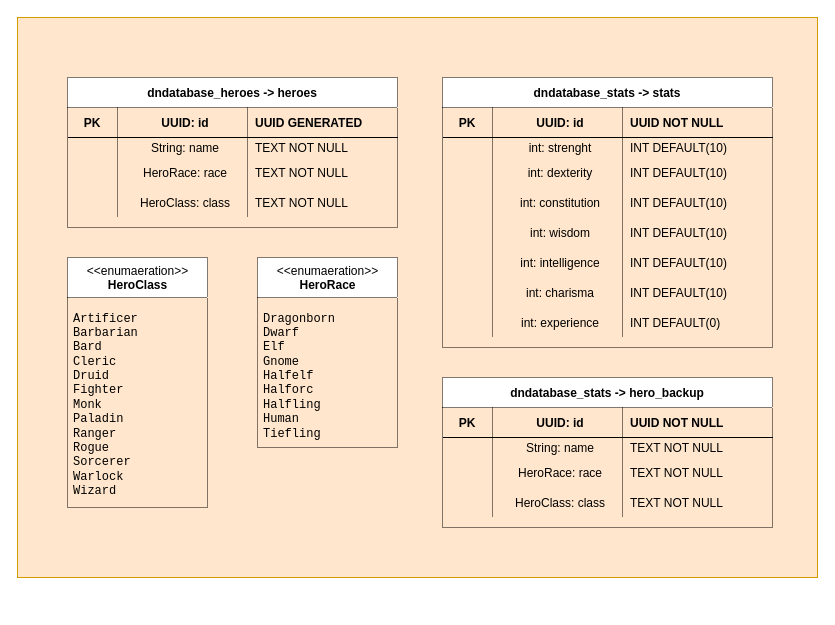
This is Documents/DB_Diagram.drawio from f-unre4l/DungeonsAndDatabases_Core, a draw.io file, before an edit. Source tidied: cells renumbered, new cells numbered last; positions are measured from the earlier drawing's top-left corner, leaving out a move shared by most shapes. Both pictures are drawn from the tidied source at 100%, with x=0, y=0 at pixel (17, 17).
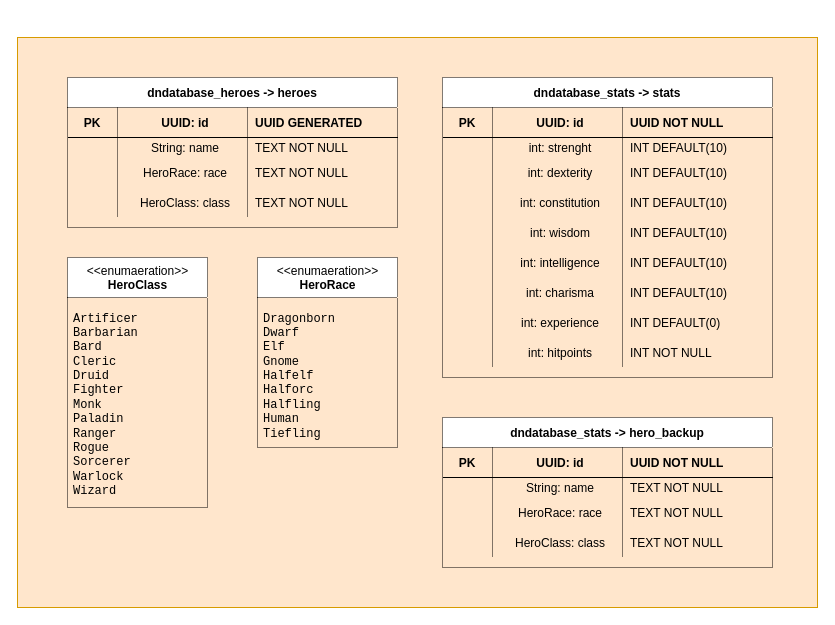
Above is the later version.

Commit message (it also covers changes not shown here):
added hitpoints to diagram

Diff of the diagram source:
```diff
@@
     <mxCell id="2" style="rounded=0;whiteSpace=wrap;html=1;fillColor=#ffe6cc;strokeColor=#d79b00;" parent="1" vertex="1">
-      <mxGeometry width="800" height="560" as="geometry" />
+      <mxGeometry y="20" width="800" height="570" as="geometry" />
     </mxCell>
@@
     <mxCell id="24" value="dndatabase_stats -&gt; stats" style="shape=table;startSize=30;childLayout=tableLayout;rowLines=0;fontStyle=1;align=center;dashed=1;dashPattern=1 1;fontColor=default;strokeColor=default;" parent="1" vertex="1">
-      <mxGeometry x="425" y="60" width="330" height="270" as="geometry" />
+      <mxGeometry x="425" y="60" width="330" height="300" as="geometry" />
     </mxCell>
@@
+    <mxCell id="74" style="shape=tableRow;horizontal=0;startSize=0;swimlaneHead=0;swimlaneBody=0;fillColor=none;top=0;left=0;right=0;bottom=0;dashed=1;dashPattern=1 1;fontColor=default;strokeColor=default;" parent="24" vertex="1">
+      <mxGeometry y="260" width="330" height="30" as="geometry" />
+    </mxCell>
+    <mxCell id="75" style="shape=partialRectangle;fillColor=none;top=0;left=0;bottom=0;right=0;overflow=hidden;dashed=1;dashPattern=1 1;fontColor=default;strokeColor=default;" parent="74" vertex="1">
+      <mxGeometry width="50" height="30" as="geometry" />
+    </mxCell>
+    <mxCell id="76" value="int: hitpoints" style="shape=partialRectangle;fillColor=none;top=0;left=0;bottom=0;right=0;align=center;spacingLeft=6;overflow=hidden;dashed=1;dashPattern=1 1;fontColor=default;strokeColor=default;" parent="74" vertex="1">
+      <mxGeometry x="50" width="130" height="30" as="geometry" />
+    </mxCell>
+    <mxCell id="77" value="INT NOT NULL" style="shape=partialRectangle;fillColor=none;top=0;left=0;bottom=0;right=0;align=left;spacingLeft=6;overflow=hidden;dashed=1;dashPattern=1 1;fontColor=default;strokeColor=default;" parent="74" vertex="1">
+      <mxGeometry x="180" width="150" height="30" as="geometry" />
+    </mxCell>
     <mxCell id="57" value="dndatabase_stats -&gt; hero_backup" style="shape=table;startSize=30;childLayout=tableLayout;rowLines=0;fontStyle=1;align=center;dashed=1;dashPattern=1 1;fontColor=default;strokeColor=default;" parent="1" vertex="1">
-      <mxGeometry x="425" y="360" width="330" height="150" as="geometry" />
+      <mxGeometry x="425" y="400" width="330" height="150" as="geometry" />
     </mxCell>
```
